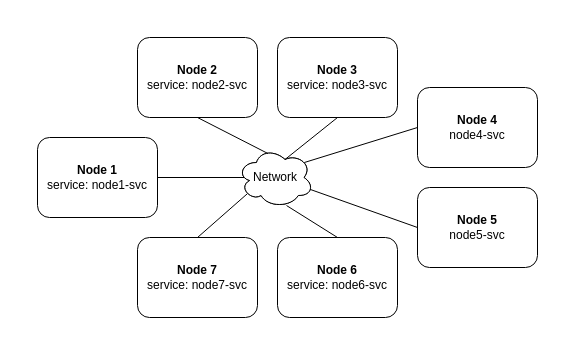
Earlier version of the draw.io diagram page "Topology" (1 of 3) of files/diagrams.drawio (mlRosenquist/au-distributed-and-pervasive-systems-grp5). Source tidied: cells renumbered, new cells numbered last; positions are measured from the earlier drawing's top-left corner, leaving out a move shared by most shapes. Both pictures are drawn from the tidied source at 100%, with x=0, y=0 at pixel (37, 37).
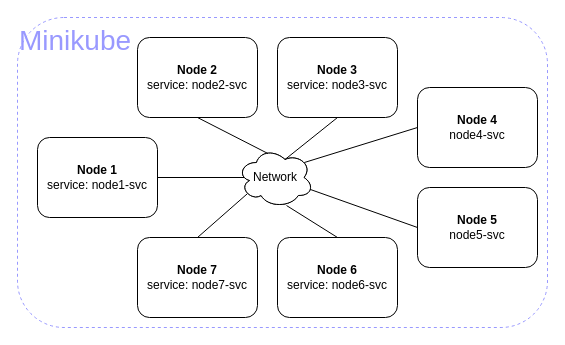
After the change.

Commit message:
prettified diagram

Change to the diagram source:
```diff
@@
 <mxGraphModel>
   <root>
     <mxCell id="0" />
     <mxCell id="1" parent="0" />
+    <mxCell id="18" value="Minikube" style="rounded=1;whiteSpace=wrap;html=1;dashed=1;fontSize=28;fontColor=#9999FF;strokeColor=#9999FF;fillColor=none;align=left;horizontal=1;verticalAlign=top;" parent="1" vertex="1">
+      <mxGeometry x="-20" y="-20" width="530" height="310" as="geometry" />
+    </mxCell>
     <mxCell id="2" value="&lt;b&gt;Node 2&lt;/b&gt;&lt;br&gt;service: node2-svc" style="rounded=1;whiteSpace=wrap;html=1;" parent="1" vertex="1">
       <mxGeometry x="100" width="120" height="80" as="geometry" />
     </mxCell>
     <mxCell id="3" value="&lt;b&gt;Node 3&lt;/b&gt;&lt;br&gt;service: node3-svc" style="rounded=1;whiteSpace=wrap;html=1;" parent="1" vertex="1">
       <mxGeometry x="240" width="120" height="80" as="geometry" />
     </mxCell>
     <mxCell id="4" value="&lt;b&gt;Node 4&lt;br&gt;&lt;/b&gt;node4-svc" style="rounded=1;whiteSpace=wrap;html=1;" parent="1" vertex="1">
       <mxGeometry x="380" y="50" width="120" height="80" as="geometry" />
     </mxCell>
     <mxCell id="5" value="&lt;b&gt;Node 1&lt;/b&gt;&lt;br&gt;service: node1-svc" style="rounded=1;whiteSpace=wrap;html=1;" parent="1" vertex="1">
       <mxGeometry y="100" width="120" height="80" as="geometry" />
     </mxCell>
     <mxCell id="6" value="&lt;b&gt;Node 6&lt;/b&gt;&lt;br&gt;service: node6-svc" style="rounded=1;whiteSpace=wrap;html=1;" parent="1" vertex="1">
       <mxGeometry x="240" y="200" width="120" height="80" as="geometry" />
     </mxCell>
     <mxCell id="7" value="&lt;b&gt;Node 7&lt;/b&gt;&lt;br&gt;service: node7-svc" style="rounded=1;whiteSpace=wrap;html=1;" parent="1" vertex="1">
       <mxGeometry x="100" y="200" width="120" height="80" as="geometry" />
     </mxCell>
     <mxCell id="8" value="&lt;b&gt;Node 5&lt;/b&gt;&lt;br&gt;node5-svc" style="rounded=1;whiteSpace=wrap;html=1;" parent="1" vertex="1">
       <mxGeometry x="380" y="150" width="120" height="80" as="geometry" />
     </mxCell>
     <mxCell id="9" style="endArrow=none;html=1;exitX=1;exitY=0.5;exitDx=0;exitDy=0;entryX=0.132;entryY=0.5;entryDx=0;entryDy=0;entryPerimeter=0;" parent="1" edge="1" source="5" target="11">
       <mxGeometry relative="1" as="geometry" />
     </mxCell>
     <mxCell id="10" style="ellipse;shape=cloud;whiteSpace=wrap;html=1;" parent="1" vertex="1">
       <mxGeometry x="200" y="110" width="76" height="60" as="geometry" />
     </mxCell>
     <mxCell id="11" value="Network" style="ellipse;shape=cloud;whiteSpace=wrap;html=1;" parent="1" vertex="1">
       <mxGeometry x="200" y="110" width="76" height="60" as="geometry" />
     </mxCell>
     <mxCell id="12" style="endArrow=none;html=1;exitX=0.5;exitY=1;exitDx=0;exitDy=0;entryX=0.4;entryY=0.1;entryDx=0;entryDy=0;entryPerimeter=0;" parent="1" edge="1" source="2" target="11">
       <mxGeometry relative="1" as="geometry" />
     </mxCell>
     <mxCell id="13" style="endArrow=none;html=1;exitX=0.5;exitY=1;exitDx=0;exitDy=0;entryX=0.625;entryY=0.2;entryDx=0;entryDy=0;entryPerimeter=0;" parent="1" edge="1" source="3" target="11">
       <mxGeometry relative="1" as="geometry" />
     </mxCell>
     <mxCell id="14" style="endArrow=none;html=1;exitX=0;exitY=0.5;exitDx=0;exitDy=0;entryX=0.88;entryY=0.25;entryDx=0;entryDy=0;entryPerimeter=0;" parent="1" edge="1" source="4" target="11">
       <mxGeometry relative="1" as="geometry" />
     </mxCell>
     <mxCell id="15" style="endArrow=none;html=1;exitX=0.96;exitY=0.7;exitDx=0;exitDy=0;entryX=0;entryY=0.5;entryDx=0;entryDy=0;exitPerimeter=0;" parent="1" edge="1" source="11" target="8">
       <mxGeometry relative="1" as="geometry" />
     </mxCell>
     <mxCell id="16" style="endArrow=none;html=1;exitX=0.645;exitY=0.967;exitDx=0;exitDy=0;entryX=0.5;entryY=0;entryDx=0;entryDy=0;exitPerimeter=0;" parent="1" edge="1" source="11" target="6">
       <mxGeometry relative="1" as="geometry" />
     </mxCell>
     <mxCell id="17" style="endArrow=none;html=1;exitX=0.5;exitY=0;exitDx=0;exitDy=0;entryX=0.13;entryY=0.77;entryDx=0;entryDy=0;entryPerimeter=0;" parent="1" edge="1" source="7" target="11">
       <mxGeometry relative="1" as="geometry" />
     </mxCell>
   </root>
 </mxGraphModel>
```
